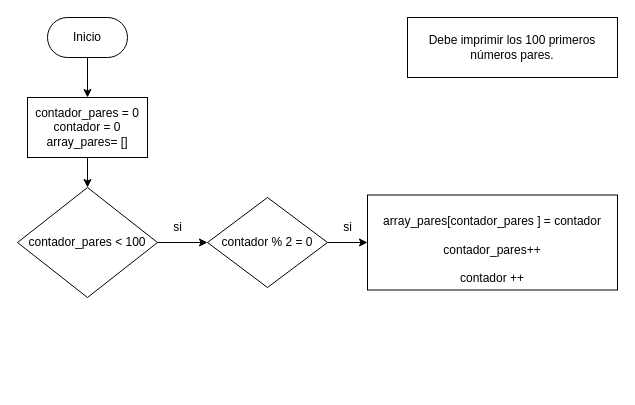
jjarahe/React-Curso-Ucreativa keeps this draw.io diagram as page "Ejercicio 4" (4 of 5) of Intro a la programacion/Trabajo en clase/Trabajo en Clase 5-20-2021.drawio. Above is the earlier version. Source tidied: cells renumbered, new cells numbered last; positions are measured from the earlier drawing's top-left corner, leaving out a move shared by most shapes. Both pictures are drawn from the tidied source at 100%, with x=0, y=0 at pixel (17, 17).
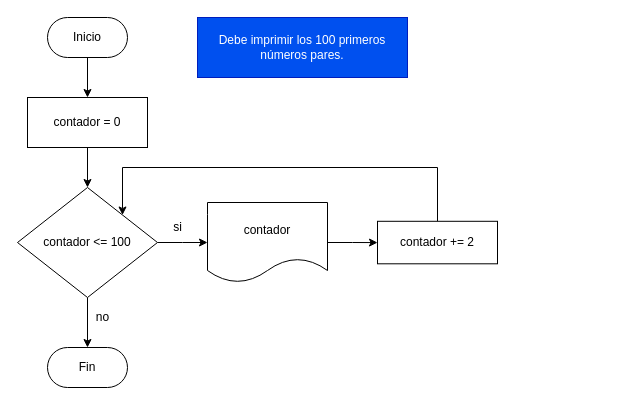
The same diagram, later.

What changed in the source:
```diff
@@
 <mxGraphModel>
   <root>
     <mxCell id="0" />
     <mxCell id="1" parent="0" />
-    <mxCell id="2" value="Debe imprimir los 100 primeros números pares." style="whiteSpace=wrap;html=1;" parent="1" vertex="1">
-      <mxGeometry x="390" width="210" height="60" as="geometry" />
+    <mxCell id="2" value="Debe imprimir los 100 primeros números pares." style="whiteSpace=wrap;html=1;fillColor=#0050ef;strokeColor=#001DBC;fontColor=#ffffff;" parent="1" vertex="1">
+      <mxGeometry x="180" width="210" height="60" as="geometry" />
     </mxCell>
     <mxCell id="3" style="edgeStyle=orthogonalEdgeStyle;rounded=0;jettySize=auto;html=1;exitX=0.5;exitY=1;exitDx=0;exitDy=0;entryX=0.5;entryY=0;entryDx=0;entryDy=0;" parent="1" edge="1" source="4" target="6">
       <mxGeometry relative="1" as="geometry" />
     </mxCell>
     <mxCell id="4" value="Inicio" style="rounded=1;whiteSpace=wrap;html=1;arcSize=50;" parent="1" vertex="1">
       <mxGeometry x="30" width="80" height="40" as="geometry" />
     </mxCell>
     <mxCell id="5" style="edgeStyle=orthogonalEdgeStyle;rounded=0;jettySize=auto;html=1;exitX=0.5;exitY=1;exitDx=0;exitDy=0;entryX=0.5;entryY=0;entryDx=0;entryDy=0;" parent="1" edge="1" source="6" target="10">
       <mxGeometry relative="1" as="geometry" />
     </mxCell>
-    <mxCell id="6" value="contador_pares = 0&lt;br&gt;contador = 0&lt;br&gt;array_pares= []" style="rounded=0;whiteSpace=wrap;html=1;" parent="1" vertex="1">
-      <mxGeometry x="10" y="80" width="120" height="60" as="geometry" />
+    <mxCell id="6" value="contador = 0&lt;br&gt;" style="rounded=0;whiteSpace=wrap;html=1;" parent="1" vertex="1">
+      <mxGeometry x="10" y="80" width="120" height="50" as="geometry" />
     </mxCell>
-    <mxCell id="7" style="edgeStyle=orthogonalEdgeStyle;rounded=0;jettySize=auto;html=1;exitX=1;exitY=0.5;exitDx=0;exitDy=0;entryX=0;entryY=0.5;entryDx=0;entryDy=0;" parent="1" edge="1" source="8" target="12">
-      <mxGeometry relative="1" as="geometry" />
-    </mxCell>
-    <mxCell id="8" value="contador % 2 = 0" style="rhombus;whiteSpace=wrap;html=1;" parent="1" vertex="1">
-      <mxGeometry x="190" y="180" width="120" height="90" as="geometry" />
-    </mxCell>
-    <mxCell id="9" style="edgeStyle=orthogonalEdgeStyle;rounded=0;jettySize=auto;html=1;exitX=1;exitY=0.5;exitDx=0;exitDy=0;entryX=0;entryY=0.5;entryDx=0;entryDy=0;" parent="1" edge="1" source="10" target="8">
-      <mxGeometry relative="1" as="geometry" />
+    <mxCell id="9" style="edgeStyle=orthogonalEdgeStyle;rounded=0;jettySize=auto;html=1;exitX=1;exitY=0.5;exitDx=0;exitDy=0;entryX=0;entryY=0.5;entryDx=0;entryDy=0;" parent="1" edge="1" source="10">
+      <mxGeometry relative="1" as="geometry">
+        <mxPoint x="190" y="225" as="targetPoint" />
+      </mxGeometry>
     </mxCell>
+    <mxCell id="14" style="edgeStyle=orthogonalEdgeStyle;rounded=0;jettySize=auto;html=1;exitX=0.5;exitY=1;exitDx=0;exitDy=0;entryX=0.5;entryY=0;entryDx=0;entryDy=0;" parent="1" edge="1" source="10" target="18">
+      <mxGeometry relative="1" as="geometry" />
+    </mxCell>
-    <mxCell id="10" value="contador_pares &amp;lt; 100" style="rhombus;whiteSpace=wrap;html=1;" parent="1" vertex="1">
+    <mxCell id="10" value="contador &amp;lt;= 100" style="rhombus;whiteSpace=wrap;html=1;" parent="1" vertex="1">
       <mxGeometry y="170" width="140" height="110" as="geometry" />
     </mxCell>
     <mxCell id="11" value="si" style="text;html=1;align=center;verticalAlign=middle;" parent="1" vertex="1">
       <mxGeometry x="150" y="200" width="20" height="20" as="geometry" />
     </mxCell>
+    <mxCell id="15" style="edgeStyle=orthogonalEdgeStyle;rounded=0;jettySize=auto;html=1;exitX=0.5;exitY=0;exitDx=0;exitDy=0;entryX=1;entryY=0;entryDx=0;entryDy=0;" parent="1" edge="1" source="12" target="10">
+      <mxGeometry relative="1" as="geometry">
+        <Array as="points">
+          <mxPoint x="420" y="150" />
+          <mxPoint x="105" y="150" />
+        </Array>
+      </mxGeometry>
+    </mxCell>
-    <mxCell id="12" value="&lt;br&gt;array_pares[contador_pares&amp;nbsp;] = contador&lt;br&gt;&lt;br&gt;contador_pares++&lt;br&gt;&lt;br&gt;contador ++" style="rounded=0;whiteSpace=wrap;html=1;" parent="1" vertex="1">
-      <mxGeometry x="350" y="177.5" width="250" height="95" as="geometry" />
+    <mxCell id="12" value="contador += 2" style="rounded=0;whiteSpace=wrap;html=1;" parent="1" vertex="1">
+      <mxGeometry x="360" y="203.8" width="120" height="42.5" as="geometry" />
     </mxCell>
-    <mxCell id="13" value="si" style="text;html=1;align=center;verticalAlign=middle;" parent="1" vertex="1">
-      <mxGeometry x="320" y="200" width="20" height="20" as="geometry" />
-    </mxCell>
+    <mxCell id="16" style="edgeStyle=orthogonalEdgeStyle;rounded=0;jettySize=auto;html=1;exitX=1;exitY=0.5;exitDx=0;exitDy=0;" parent="1" edge="1" source="17" target="12">
+      <mxGeometry relative="1" as="geometry" />
+    </mxCell>
+    <mxCell id="17" value="contador" style="shape=document;whiteSpace=wrap;html=1;boundedLbl=1;" parent="1" vertex="1">
+      <mxGeometry x="190" y="185" width="120" height="80" as="geometry" />
+    </mxCell>
+    <mxCell id="18" value="Fin" style="rounded=1;whiteSpace=wrap;html=1;arcSize=50;" parent="1" vertex="1">
+      <mxGeometry x="30" y="330" width="80" height="40" as="geometry" />
+    </mxCell>
+    <mxCell id="19" value="no" style="text;html=1;align=center;verticalAlign=middle;" parent="1" vertex="1">
+      <mxGeometry x="70" y="290" width="30" height="20" as="geometry" />
+    </mxCell>
   </root>
 </mxGraphModel>
```
